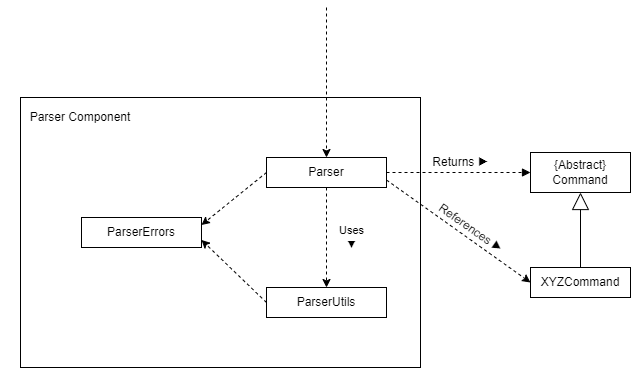
The draw.io diagram docs/images/developerguide/ParserComponent.drawio.png in nus-cs2113-AY2122S2/tp, before a commit. Source tidied: cells renumbered, new cells last; positions are measured from the earlier drawing's top-left corner, leaving out a move shared by most shapes. The source it was exported from:
```xml
<mxGraphModel>
  <root>
    <mxCell id="0" />
    <mxCell id="1" parent="0" />
    <mxCell id="2" style="rounded=0;whiteSpace=wrap;html=1;fontSize=12;labelBorderColor=none;labelBackgroundColor=none;" parent="1" vertex="1">
      <mxGeometry x="20" y="90" width="400" height="270" as="geometry" />
    </mxCell>
    <mxCell id="3" style="edgeStyle=none;rounded=0;jettySize=auto;html=1;exitX=0;exitY=0.5;exitDx=0;exitDy=0;entryX=1;entryY=0.25;entryDx=0;entryDy=0;shadow=0;dashed=1;" parent="1" edge="1" source="6" target="7">
      <mxGeometry relative="1" as="geometry" />
    </mxCell>
    <mxCell id="4" value="Uses&lt;br&gt;▼" style="edgeStyle=none;rounded=0;jettySize=auto;html=1;exitX=0.5;exitY=1;exitDx=0;exitDy=0;entryX=0.5;entryY=0;entryDx=0;entryDy=0;shadow=0;dashed=1;endArrow=classic;endFill=1;endSize=6;strokeWidth=1;" parent="1" edge="1" source="6" target="9">
      <mxGeometry y="25" relative="1" as="geometry" />
    </mxCell>
    <mxCell id="5" style="edgeStyle=none;rounded=0;jettySize=auto;html=1;exitX=1;exitY=0.75;exitDx=0;exitDy=0;entryX=0;entryY=0.5;entryDx=0;entryDy=0;shadow=0;dashed=1;endArrow=classic;endFill=1;endSize=6;strokeWidth=1;" parent="1" edge="1" source="6" target="12">
      <mxGeometry relative="1" as="geometry" />
    </mxCell>
    <mxCell id="6" value="Parser" style="rounded=0;whiteSpace=wrap;html=1;" parent="1" vertex="1">
      <mxGeometry x="266" y="150" width="120" height="30" as="geometry" />
    </mxCell>
    <mxCell id="7" value="ParserErrors" style="rounded=0;whiteSpace=wrap;html=1;" parent="1" vertex="1">
      <mxGeometry x="81" y="210" width="120" height="30" as="geometry" />
    </mxCell>
    <mxCell id="8" style="rounded=0;jettySize=auto;html=1;exitX=0;exitY=0.5;exitDx=0;exitDy=0;entryX=1;entryY=0.75;entryDx=0;entryDy=0;shadow=0;dashed=1;" parent="1" edge="1" source="9" target="7">
      <mxGeometry relative="1" as="geometry" />
    </mxCell>
    <mxCell id="9" value="ParserUtils" style="rounded=0;whiteSpace=wrap;html=1;" parent="1" vertex="1">
      <mxGeometry x="266" y="280" width="120" height="30" as="geometry" />
    </mxCell>
    <mxCell id="10" value="{Abstract}&lt;br&gt;Command" style="rounded=0;whiteSpace=wrap;html=1;" parent="1" vertex="1">
      <mxGeometry x="530" y="145" width="100" height="40" as="geometry" />
    </mxCell>
    <mxCell id="11" style="edgeStyle=none;rounded=0;jettySize=auto;html=1;exitX=0.5;exitY=0;exitDx=0;exitDy=0;entryX=0.5;entryY=1;entryDx=0;entryDy=0;shadow=0;endArrow=block;endFill=0;strokeWidth=1;endSize=15;" parent="1" edge="1" source="12" target="10">
      <mxGeometry relative="1" as="geometry" />
    </mxCell>
    <mxCell id="12" value="XYZCommand" style="rounded=0;whiteSpace=wrap;html=1;" parent="1" vertex="1">
      <mxGeometry x="530" y="260" width="100" height="30" as="geometry" />
    </mxCell>
    <mxCell id="13" style="endArrow=classic;html=1;rounded=0;shadow=0;endSize=6;strokeWidth=1;entryX=0.5;entryY=0;entryDx=0;entryDy=0;dashed=1;" parent="1" edge="1" target="6">
      <mxGeometry relative="1" as="geometry">
        <mxPoint x="326" as="sourcePoint" />
      </mxGeometry>
    </mxCell>
    <mxCell id="14" style="html=1;verticalAlign=bottom;endArrow=block;rounded=0;shadow=0;dashed=1;endSize=6;strokeWidth=1;entryX=0;entryY=0.5;entryDx=0;entryDy=0;exitX=1;exitY=0.5;exitDx=0;exitDy=0;" parent="1" edge="1" source="6" target="10">
      <mxGeometry x="-0.33" y="57" relative="1" as="geometry">
        <mxPoint x="1" as="offset" />
      </mxGeometry>
    </mxCell>
    <mxCell id="15" value="&lt;font style=&quot;font-size: 12px&quot;&gt;Returns&amp;nbsp;▶&lt;/font&gt;" style="text;html=1;strokeColor=none;fillColor=none;align=center;verticalAlign=middle;whiteSpace=wrap;rounded=0;rotation=0;" parent="1" vertex="1">
      <mxGeometry x="430" y="140" width="60" height="30" as="geometry" />
    </mxCell>
    <mxCell id="16" value="&lt;span style=&quot;color: rgb(0, 0, 0); font-family: helvetica; font-size: 12px; font-style: normal; font-weight: 400; letter-spacing: normal; text-align: center; text-indent: 0px; text-transform: none; word-spacing: 0px; background-color: rgb(255, 255, 255); display: inline; float: none;&quot;&gt;References&amp;nbsp;▶&lt;/span&gt;" style="text;whiteSpace=wrap;html=1;rotation=35;fontSize=12;" parent="1" vertex="1">
      <mxGeometry x="430" y="210" width="90" height="30" as="geometry" />
    </mxCell>
    <mxCell id="17" value="Parser Component" style="text;html=1;strokeColor=none;fillColor=none;align=center;verticalAlign=middle;whiteSpace=wrap;rounded=0;labelBackgroundColor=none;labelBorderColor=none;fontSize=12;" parent="1" vertex="1">
      <mxGeometry y="90" width="160" height="40" as="geometry" />
    </mxCell>
  </root>
</mxGraphModel>
```
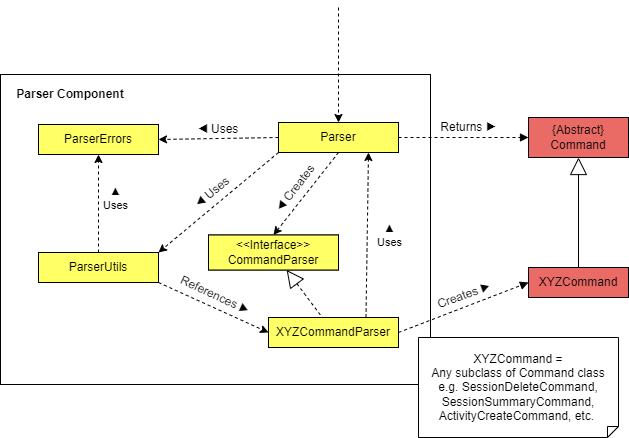
The same diagram one commit later.

Commit message:
Update class diagram for Parser Component

The edit, as a diff of the source:
```diff
@@ -3,31 +3,39 @@
     <mxCell id="0" />
     <mxCell id="1" parent="0" />
     <mxCell id="2" style="rounded=0;whiteSpace=wrap;html=1;fontSize=12;labelBorderColor=none;labelBackgroundColor=none;" parent="1" vertex="1">
-      <mxGeometry x="20" y="90" width="400" height="270" as="geometry" />
+      <mxGeometry x="2" y="67" width="430" height="310" as="geometry" />
     </mxCell>
-    <mxCell id="3" style="edgeStyle=none;rounded=0;jettySize=auto;html=1;exitX=0;exitY=0.5;exitDx=0;exitDy=0;entryX=1;entryY=0.25;entryDx=0;entryDy=0;shadow=0;dashed=1;" parent="1" edge="1" source="6" target="7">
+    <mxCell id="3" style="edgeStyle=none;rounded=0;jettySize=auto;html=1;exitX=0;exitY=0.5;exitDx=0;exitDy=0;entryX=1;entryY=0.5;entryDx=0;entryDy=0;shadow=0;dashed=1;" parent="1" edge="1" source="6" target="7">
       <mxGeometry relative="1" as="geometry" />
     </mxCell>
-    <mxCell id="4" value="Uses&lt;br&gt;▼" style="edgeStyle=none;rounded=0;jettySize=auto;html=1;exitX=0.5;exitY=1;exitDx=0;exitDy=0;entryX=0.5;entryY=0;entryDx=0;entryDy=0;shadow=0;dashed=1;endArrow=classic;endFill=1;endSize=6;strokeWidth=1;" parent="1" edge="1" source="6" target="9">
+    <mxCell id="4" style="edgeStyle=none;rounded=0;jettySize=auto;html=1;exitX=0;exitY=1;exitDx=0;exitDy=0;entryX=1;entryY=0;entryDx=0;entryDy=0;shadow=0;dashed=1;endArrow=classic;endFill=1;endSize=6;strokeWidth=1;" parent="1" edge="1" source="6" target="9">
       <mxGeometry y="25" relative="1" as="geometry" />
     </mxCell>
-    <mxCell id="5" style="edgeStyle=none;rounded=0;jettySize=auto;html=1;exitX=1;exitY=0.75;exitDx=0;exitDy=0;entryX=0;entryY=0.5;entryDx=0;entryDy=0;shadow=0;dashed=1;endArrow=classic;endFill=1;endSize=6;strokeWidth=1;" parent="1" edge="1" source="6" target="12">
-      <mxGeometry relative="1" as="geometry" />
-    </mxCell>
+    <mxCell id="18" style="edgeStyle=none;rounded=0;jettySize=auto;html=1;exitX=0.5;exitY=1;exitDx=0;exitDy=0;entryX=0.5;entryY=0;entryDx=0;entryDy=0;dashed=1;startArrow=none;startFill=0;endArrow=classic;endFill=1;startSize=15;endSize=6;sourcePerimeterSpacing=0;strokeWidth=1;" parent="1" edge="1" source="6" target="24">
+      <mxGeometry relative="1" as="geometry" />
+    </mxCell>
     <mxCell id="6" value="Parser" style="rounded=0;whiteSpace=wrap;html=1;" parent="1" vertex="1">
-      <mxGeometry x="266" y="150" width="120" height="30" as="geometry" />
+      <mxGeometry x="280" y="115" width="120" height="30" as="geometry" />
     </mxCell>
     <mxCell id="7" value="ParserErrors" style="rounded=0;whiteSpace=wrap;html=1;" parent="1" vertex="1">
-      <mxGeometry x="81" y="210" width="120" height="30" as="geometry" />
+      <mxGeometry x="40" y="117" width="120" height="30" as="geometry" />
     </mxCell>
-    <mxCell id="8" style="rounded=0;jettySize=auto;html=1;exitX=0;exitY=0.5;exitDx=0;exitDy=0;entryX=1;entryY=0.75;entryDx=0;entryDy=0;shadow=0;dashed=1;" parent="1" edge="1" source="9" target="7">
+    <mxCell id="8" style="rounded=0;jettySize=auto;html=1;exitX=0.5;exitY=0;exitDx=0;exitDy=0;entryX=0.5;entryY=1;entryDx=0;entryDy=0;shadow=0;dashed=1;" parent="1" edge="1" source="9" target="7">
       <mxGeometry relative="1" as="geometry" />
     </mxCell>
+    <mxCell id="19" value="▲&lt;br&gt;Uses" style="edgeLabel;html=1;align=center;verticalAlign=middle;" parent="8" vertex="1">
+      <mxGeometry x="0.37" relative="1" as="geometry">
+        <mxPoint x="16" y="12" as="offset" />
+      </mxGeometry>
+    </mxCell>
+    <mxCell id="20" style="rounded=0;jettySize=auto;html=1;entryX=0;entryY=0.5;entryDx=0;entryDy=0;dashed=1;exitX=1;exitY=1;exitDx=0;exitDy=0;" parent="1" edge="1" source="9" target="22">
+      <mxGeometry relative="1" as="geometry" />
+    </mxCell>
     <mxCell id="9" value="ParserUtils" style="rounded=0;whiteSpace=wrap;html=1;" parent="1" vertex="1">
-      <mxGeometry x="266" y="280" width="120" height="30" as="geometry" />
+      <mxGeometry x="40" y="245" width="120" height="30" as="geometry" />
     </mxCell>
-    <mxCell id="10" value="{Abstract}&lt;br&gt;Command" style="rounded=0;whiteSpace=wrap;html=1;" parent="1" vertex="1">
-      <mxGeometry x="530" y="145" width="100" height="40" as="geometry" />
+    <mxCell id="10" value="{Abstract}&lt;br&gt;Command" style="rounded=0;whiteSpace=wrap;html=1;fillColor=#EA6B66;" parent="1" vertex="1">
+      <mxGeometry x="530" y="110" width="100" height="40" as="geometry" />
     </mxCell>
     <mxCell id="11" style="edgeStyle=none;rounded=0;jettySize=auto;html=1;exitX=0.5;exitY=0;exitDx=0;exitDy=0;entryX=0.5;entryY=1;entryDx=0;entryDy=0;shadow=0;endArrow=block;endFill=0;strokeWidth=1;endSize=15;" parent="1" edge="1" source="12" target="10">
       <mxGeometry relative="1" as="geometry" />
@@ -37,7 +45,7 @@
     </mxCell>
     <mxCell id="13" style="endArrow=classic;html=1;rounded=0;shadow=0;endSize=6;strokeWidth=1;entryX=0.5;entryY=0;entryDx=0;entryDy=0;dashed=1;" parent="1" edge="1" target="6">
       <mxGeometry relative="1" as="geometry">
-        <mxPoint x="326" as="sourcePoint" />
+        <mxPoint x="340" as="sourcePoint" />
       </mxGeometry>
     </mxCell>
     <mxCell id="14" style="html=1;verticalAlign=bottom;endArrow=block;rounded=0;shadow=0;dashed=1;endSize=6;strokeWidth=1;entryX=0;entryY=0.5;entryDx=0;entryDy=0;exitX=1;exitY=0.5;exitDx=0;exitDy=0;" parent="1" edge="1" source="6" target="10">
@@ -46,13 +54,72 @@
       </mxGeometry>
     </mxCell>
     <mxCell id="15" value="&lt;font style=&quot;font-size: 12px&quot;&gt;Returns&amp;nbsp;▶&lt;/font&gt;" style="text;html=1;strokeColor=none;fillColor=none;align=center;verticalAlign=middle;whiteSpace=wrap;rounded=0;rotation=0;" parent="1" vertex="1">
-      <mxGeometry x="430" y="140" width="60" height="30" as="geometry" />
+      <mxGeometry x="440" y="105" width="60" height="30" as="geometry" />
     </mxCell>
+    <mxCell id="17" value="Parser Component" style="text;html=1;strokeColor=none;fillColor=none;align=center;verticalAlign=middle;whiteSpace=wrap;rounded=0;labelBackgroundColor=none;labelBorderColor=none;fontSize=12;fontStyle=1;" parent="1" vertex="1">
+      <mxGeometry x="2" y="67" width="140" height="40" as="geometry" />
+    </mxCell>
+    <mxCell id="21" style="rounded=0;jettySize=auto;html=1;dashed=1;startArrow=none;startFill=0;endArrow=classic;endFill=1;startSize=15;endSize=6;sourcePerimeterSpacing=0;strokeWidth=1;exitX=0.75;exitY=0;exitDx=0;exitDy=0;entryX=0.75;entryY=1;entryDx=0;entryDy=0;" parent="1" edge="1" source="22" target="6">
+      <mxGeometry relative="1" as="geometry" />
+    </mxCell>
+    <mxCell id="22" value="XYZCommandParser" style="rounded=0;whiteSpace=wrap;html=1;" parent="1" vertex="1">
+      <mxGeometry x="270" y="310" width="130" height="30" as="geometry" />
+    </mxCell>
+    <mxCell id="23" style="rounded=0;jettySize=auto;html=1;dashed=1;endArrow=none;endFill=0;startArrow=block;startFill=0;strokeWidth=1;endSize=6;sourcePerimeterSpacing=0;startSize=15;" parent="1" edge="1" source="24" target="22">
+      <mxGeometry relative="1" as="geometry" />
+    </mxCell>
+    <mxCell id="24" value="&amp;lt;&amp;lt;Interface&amp;gt;&amp;gt;&lt;br&gt;CommandParser" style="rounded=0;whiteSpace=wrap;html=1;" parent="1" vertex="1">
+      <mxGeometry x="210" y="227.5" width="130" height="35" as="geometry" />
+    </mxCell>
+    <mxCell id="25" style="edgeStyle=none;rounded=0;orthogonalLoop=1;jettySize=auto;html=1;exitX=0.75;exitY=1;exitDx=0;exitDy=0;dashed=1;startArrow=none;startFill=0;endArrow=classic;endFill=1;startSize=15;endSize=6;sourcePerimeterSpacing=0;strokeWidth=1;" parent="1" edge="1" source="24" target="24">
+      <mxGeometry relative="1" as="geometry" />
+    </mxCell>
+    <mxCell id="26" style="edgeStyle=none;rounded=0;orthogonalLoop=1;jettySize=auto;html=1;exitX=0.5;exitY=0;exitDx=0;exitDy=0;dashed=1;startArrow=none;startFill=0;endArrow=classic;endFill=1;startSize=15;endSize=6;sourcePerimeterSpacing=0;strokeWidth=1;" parent="1" edge="1" source="22" target="22">
+      <mxGeometry relative="1" as="geometry" />
+    </mxCell>
+    <mxCell id="27" style="html=1;verticalAlign=bottom;endArrow=block;rounded=0;shadow=0;dashed=1;endSize=6;strokeWidth=1;entryX=0;entryY=0.5;entryDx=0;entryDy=0;exitX=1;exitY=0.5;exitDx=0;exitDy=0;" parent="1" edge="1" source="22" target="12">
+      <mxGeometry x="-0.33" y="57" relative="1" as="geometry">
+        <mxPoint x="1" as="offset" />
+      </mxGeometry>
+    </mxCell>
+    <mxCell id="28" value="◀ Uses" style="text;html=1;strokeColor=none;fillColor=none;align=center;verticalAlign=middle;whiteSpace=wrap;rounded=0;rotation=0;" parent="1" vertex="1">
+      <mxGeometry x="190" y="107" width="60" height="30" as="geometry" />
+    </mxCell>
+    <mxCell id="29" value="◀ Uses" style="text;html=1;strokeColor=none;fillColor=none;align=center;verticalAlign=middle;whiteSpace=wrap;rounded=0;rotation=-39.4;" parent="1" vertex="1">
+      <mxGeometry x="184" y="170" width="60" height="30" as="geometry" />
+    </mxCell>
-    <mxCell id="16" value="&lt;span style=&quot;color: rgb(0, 0, 0); font-family: helvetica; font-size: 12px; font-style: normal; font-weight: 400; letter-spacing: normal; text-align: center; text-indent: 0px; text-transform: none; word-spacing: 0px; background-color: rgb(255, 255, 255); display: inline; float: none;&quot;&gt;References&amp;nbsp;▶&lt;/span&gt;" style="text;whiteSpace=wrap;html=1;rotation=35;fontSize=12;" parent="1" vertex="1">
-      <mxGeometry x="430" y="210" width="90" height="30" as="geometry" />
+    <mxCell id="16" value="&lt;font style=&quot;font-size: 12px&quot;&gt;References&amp;nbsp;▶&lt;/font&gt;" style="text;html=1;strokeColor=none;fillColor=none;align=center;verticalAlign=middle;whiteSpace=wrap;rounded=0;rotation=25;" parent="1" vertex="1">
+      <mxGeometry x="187" y="273" width="60" height="30" as="geometry" />
     </mxCell>
-    <mxCell id="17" value="Parser Component" style="text;html=1;strokeColor=none;fillColor=none;align=center;verticalAlign=middle;whiteSpace=wrap;rounded=0;labelBackgroundColor=none;labelBorderColor=none;fontSize=12;" parent="1" vertex="1">
-      <mxGeometry y="90" width="160" height="40" as="geometry" />
-    </mxCell>
+    <mxCell id="30" value="◀ Creates" style="text;html=1;strokeColor=none;fillColor=none;align=center;verticalAlign=middle;whiteSpace=wrap;rounded=0;rotation=-52.1;" parent="1" vertex="1">
+      <mxGeometry x="267" y="166" width="60" height="30" as="geometry" />
+    </mxCell>
+    <mxCell id="31" value="▲&lt;br&gt;Uses" style="edgeLabel;html=1;align=center;verticalAlign=middle;" parent="1" vertex="1">
+      <mxGeometry x="390" y="227.5" as="geometry" />
+    </mxCell>
+    <mxCell id="32" value="&lt;font style=&quot;font-size: 12px&quot;&gt;Creates ▶&lt;/font&gt;" style="text;html=1;strokeColor=none;fillColor=none;align=center;verticalAlign=middle;whiteSpace=wrap;rounded=0;rotation=-19.8;" parent="1" vertex="1">
+      <mxGeometry x="436" y="273" width="60" height="30" as="geometry" />
+    </mxCell>
+    <mxCell id="33" value="Parser" style="rounded=0;whiteSpace=wrap;html=1;fillColor=#FFFF66;" parent="1" vertex="1">
+      <mxGeometry x="280" y="115" width="120" height="30" as="geometry" />
+    </mxCell>
+    <mxCell id="34" value="ParserErrors" style="rounded=0;whiteSpace=wrap;html=1;fillColor=#FFFF66;" parent="1" vertex="1">
+      <mxGeometry x="40" y="117" width="120" height="30" as="geometry" />
+    </mxCell>
+    <mxCell id="35" value="ParserUtils" style="rounded=0;whiteSpace=wrap;html=1;fillColor=#FFFF66;" parent="1" vertex="1">
+      <mxGeometry x="40" y="245" width="120" height="30" as="geometry" />
+    </mxCell>
+    <mxCell id="36" value="&amp;lt;&amp;lt;Interface&amp;gt;&amp;gt;&lt;br&gt;CommandParser" style="rounded=0;whiteSpace=wrap;html=1;fillColor=#FFFF66;" parent="1" vertex="1">
+      <mxGeometry x="210" y="227.5" width="130" height="35" as="geometry" />
+    </mxCell>
+    <mxCell id="37" value="XYZCommandParser" style="rounded=0;whiteSpace=wrap;html=1;fillColor=#FFFF66;" parent="1" vertex="1">
+      <mxGeometry x="270" y="310" width="130" height="30" as="geometry" />
+    </mxCell>
+    <mxCell id="38" value="XYZCommand" style="rounded=0;whiteSpace=wrap;html=1;fillColor=#EA6B66;" parent="1" vertex="1">
+      <mxGeometry x="530" y="260" width="100" height="30" as="geometry" />
+    </mxCell>
+    <mxCell id="39" value="XYZCommand =&lt;br&gt;Any subclass of Command class&lt;br&gt;e.g. SessionDeleteCommand,&lt;br&gt;SessionSummaryCommand,&lt;br&gt;ActivityCreateCommand, etc.&amp;nbsp;" style="shape=note;size=11;whiteSpace=wrap;html=1;flipV=1;" parent="1" vertex="1">
+      <mxGeometry x="420" y="330" width="200" height="100" as="geometry" />
+    </mxCell>
   </root>
 </mxGraphModel>
```
